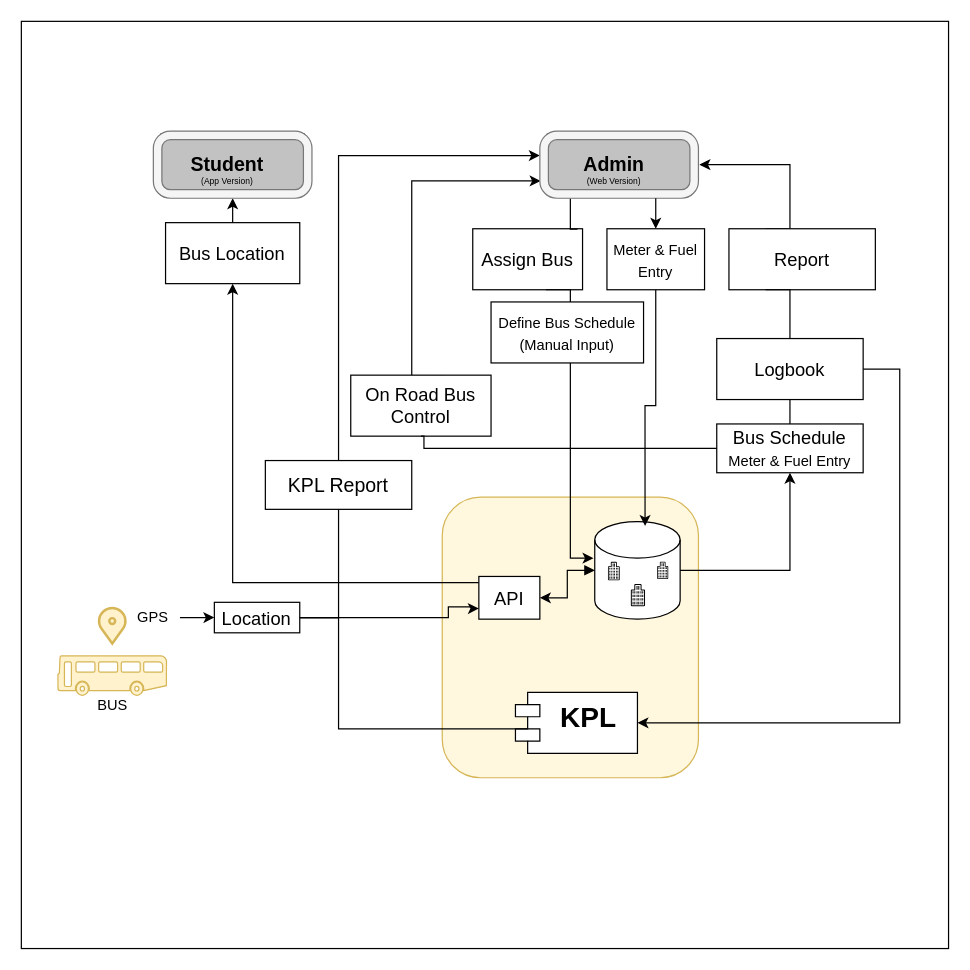
Earlier version of the draw.io diagram final.drawio (shahfoyez/diagrams). Source tidied: cells renumbered, new cells numbered last; positions are measured from the earlier drawing's top-left corner, leaving out a move shared by most shapes. Both pictures are drawn from the tidied source at 122%, with x=0, y=0 at pixel (21, 21).
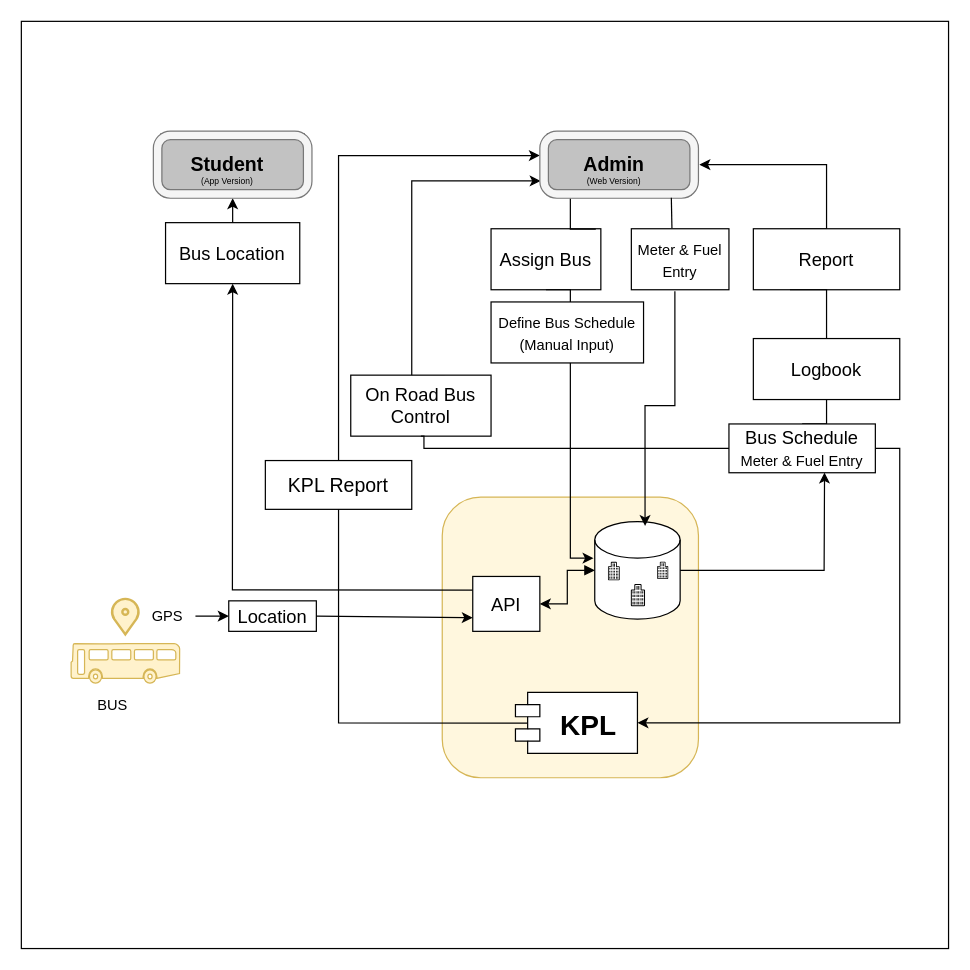
The same page after the edit.

The change refers to these unchanged cells:
```xml
<mxCell id="11" value="Bus Location" style="rounded=0;whiteSpace=wrap;html=1;fontSize=15;" parent="1" vertex="1">
  <mxGeometry x="118.2" y="165" width="110" height="50" as="geometry" />
</mxCell>
<mxCell id="16" style="shape=cylinder3;whiteSpace=wrap;html=1;boundedLbl=1;backgroundOutline=1;size=15;" parent="15" vertex="1">
  <mxGeometry width="70" height="80" as="geometry" />
</mxCell>
<mxCell id="32" style="verticalLabelPosition=bottom;verticalAlign=top;html=1;shape=mxgraph.basic.rounded_frame;dx=7;fillColor=#f5f5f5;fontColor=#333333;strokeColor=#787878;" parent="30" vertex="1">
  <mxGeometry width="130" height="55" as="geometry" />
</mxCell>
<mxCell id="34" value="&lt;font style=&quot;font-size: 7px&quot;&gt;(Web Version)&lt;/font&gt;" style="text;html=1;strokeColor=none;fillColor=none;align=center;verticalAlign=middle;whiteSpace=wrap;rounded=0;fontSize=10;" parent="30" vertex="1">
  <mxGeometry x="22.1" y="25" width="78.2" height="30" as="geometry" />
</mxCell>
<mxCell id="35" value="&lt;font style=&quot;font-size: 16px&quot;&gt;KPL Report&lt;/font&gt;" style="rounded=0;whiteSpace=wrap;html=1;" parent="1" vertex="1">
  <mxGeometry x="200" y="360" width="120" height="40" as="geometry" />
</mxCell>
```

Change to the diagram source:
```diff
@@
     <mxCell id="3" style="edgeStyle=orthogonalEdgeStyle;rounded=0;sketch=0;jettySize=auto;html=1;exitX=0.25;exitY=0;exitDx=0;exitDy=0;fontSize=25;endArrow=classic;endFill=1;entryX=1.006;entryY=0.499;entryDx=0;entryDy=0;entryPerimeter=0;" parent="1" edge="1" source="4" target="32">
       <mxGeometry relative="1" as="geometry">
         <Array as="points">
-          <mxPoint x="630" y="170" />
-          <mxPoint x="630" y="117" />
+          <mxPoint x="660" y="170" />
+          <mxPoint x="660" y="117" />
         </Array>
       </mxGeometry>
     </mxCell>
     <mxCell id="4" value="Report" style="rounded=0;whiteSpace=wrap;html=1;fontSize=15;" parent="1" vertex="1">
-      <mxGeometry x="580" y="170" width="120" height="50" as="geometry" />
+      <mxGeometry x="600" y="170" width="120" height="50" as="geometry" />
     </mxCell>
     <mxCell id="5" style="edgeStyle=orthogonalEdgeStyle;rounded=0;sketch=0;jettySize=auto;html=1;exitX=0.25;exitY=0;exitDx=0;exitDy=0;entryX=0.25;entryY=1;entryDx=0;entryDy=0;fontSize=25;endArrow=none;endFill=0;" parent="1" edge="1" source="7" target="4">
       <mxGeometry relative="1" as="geometry">
         <Array as="points">
-          <mxPoint x="630" y="260" />
-          <mxPoint x="630" y="220" />
+          <mxPoint x="660" y="260" />
+          <mxPoint x="660" y="220" />
         </Array>
       </mxGeometry>
     </mxCell>
@@
     <mxCell id="7" value="Logbook" style="rounded=0;whiteSpace=wrap;html=1;fontSize=15;" parent="1" vertex="1">
-      <mxGeometry x="570" y="260" width="120" height="50" as="geometry" />
+      <mxGeometry x="600" y="260" width="120" height="50" as="geometry" />
     </mxCell>
     <mxCell id="8" value="Assign Bus" style="rounded=0;whiteSpace=wrap;html=1;fontSize=15;" parent="1" vertex="1">
-      <mxGeometry x="370" y="170" width="90" height="50" as="geometry" />
+      <mxGeometry x="385" y="170" width="90" height="50" as="geometry" />
     </mxCell>
     <mxCell id="9" value="Bus Schedule&lt;br&gt;&lt;font style=&quot;font-size: 12px;&quot;&gt;Meter &amp;amp; Fuel Entry&lt;/font&gt;" style="rounded=0;whiteSpace=wrap;html=1;fontSize=15;" parent="1" vertex="1">
-      <mxGeometry x="570" y="330" width="120" height="40" as="geometry" />
+      <mxGeometry x="580" y="330" width="120" height="40" as="geometry" />
     </mxCell>
@@
-    <mxCell id="21" style="edgeStyle=orthogonalEdgeStyle;rounded=0;jettySize=auto;html=1;fontSize=13;entryX=0.5;entryY=1;entryDx=0;entryDy=0;" parent="1" edge="1" source="16" target="9">
-      <mxGeometry relative="1" as="geometry">
-        <Array as="points">
-          <mxPoint x="630" y="450" />
-        </Array>
-      </mxGeometry>
-    </mxCell>
@@
-    <mxCell id="23" value="KPL" style="shape=module;align=left;spacingLeft=20;align=center;verticalAlign=top;rounded=0;sketch=0;fontStyle=1;fontSize=23;" parent="1" vertex="1">
+    <mxCell id="23" value="KPL" style="shape=module;align=left;spacingLeft=20;align=center;verticalAlign=middle;rounded=0;sketch=0;fontStyle=1;fontSize=23;" parent="1" vertex="1">
       <mxGeometry x="405" y="550" width="100" height="50" as="geometry" />
     </mxCell>
-    <mxCell id="24" style="edgeStyle=orthogonalEdgeStyle;rounded=0;jettySize=auto;html=1;entryX=1;entryY=0.5;entryDx=0;entryDy=0;exitX=1;exitY=0.5;exitDx=0;exitDy=0;" parent="1" edge="1" source="7">
-      <mxGeometry relative="1" as="geometry">
-        <mxPoint x="505" y="575" as="targetPoint" />
-        <Array as="points">
-          <mxPoint x="720" y="285" />
-          <mxPoint x="720" y="575" />
-        </Array>
-      </mxGeometry>
-    </mxCell>
-    <mxCell id="25" style="group;" parent="1" vertex="1">
+    <mxCell id="25" style="group;verticalAlign=middle;align=center;horizontal=0;" parent="1" vertex="1">
       <mxGeometry x="108.2" y="90" width="130" height="55" as="geometry" />
     </mxCell>
@@
     <mxCell id="29" value="&lt;font style=&quot;font-size: 7px&quot;&gt;(App Version)&lt;/font&gt;" style="text;html=1;strokeColor=none;fillColor=none;align=center;verticalAlign=middle;whiteSpace=wrap;rounded=0;fontSize=10;" parent="25" vertex="1">
-      <mxGeometry x="21.8" y="25" width="78.2" height="30" as="geometry" />
+      <mxGeometry x="22.1" y="25" width="78.2" height="30" as="geometry" />
     </mxCell>
@@
-    <mxCell id="36" style="edgeStyle=orthogonalEdgeStyle;rounded=0;jettySize=auto;html=1;fontSize=18;exitX=0;exitY=0.5;exitDx=0;exitDy=0;endArrow=none;startArrow=none;" parent="1" edge="1" source="49" target="35">
-      <mxGeometry relative="1" as="geometry">
-        <Array as="points">
-          <mxPoint x="260" y="489" />
-        </Array>
-      </mxGeometry>
-    </mxCell>
@@
-    <mxCell id="39" style="edgeStyle=orthogonalEdgeStyle;rounded=0;jettySize=auto;html=1;entryX=0.5;entryY=1;entryDx=0;entryDy=0;" parent="1" edge="1" source="40" target="11">
-      <mxGeometry relative="1" as="geometry">
-        <Array as="points">
-          <mxPoint x="173" y="460" />
-        </Array>
-      </mxGeometry>
-    </mxCell>
     <mxCell id="40" value="API" style="rounded=0;whiteSpace=wrap;html=1;fontSize=15;" parent="1" vertex="1">
-      <mxGeometry x="375" y="455" width="50" height="35" as="geometry" />
+      <mxGeometry x="370" y="455" width="55" height="45" as="geometry" />
     </mxCell>
-    <mxCell id="41" style="edgeStyle=orthogonalEdgeStyle;rounded=0;jettySize=auto;html=1;entryX=0;entryY=0.75;entryDx=0;entryDy=0;" parent="1" edge="1" source="49" target="40">
-      <mxGeometry relative="1" as="geometry">
-        <Array as="points">
-          <mxPoint x="350" y="489" />
-          <mxPoint x="350" y="480" />
-          <mxPoint x="370" y="480" />
-          <mxPoint x="370" y="481" />
-        </Array>
-      </mxGeometry>
-    </mxCell>
@@
     <mxCell id="43" style="shape=mxgraph.signs.transportation.bus_3;html=1;fillColor=#fff2cc;strokeColor=#d6b656;verticalLabelPosition=bottom;verticalAlign=top;align=center;" parent="1" vertex="1">
-      <mxGeometry x="30" y="520" width="89" height="32.5" as="geometry" />
+      <mxGeometry x="40.8" y="510" width="89" height="32.5" as="geometry" />
     </mxCell>
@@
     <mxCell id="46" style="html=1;verticalLabelPosition=bottom;align=center;labelBackgroundColor=#ffffff;verticalAlign=top;strokeWidth=2;strokeColor=#d6b656;shadow=0;dashed=0;shape=mxgraph.ios7.icons.location;fontSize=10;fillColor=#fff2cc;" parent="1" vertex="1">
-      <mxGeometry x="62.5" y="480" width="24" height="30" as="geometry" />
+      <mxGeometry x="73.2" y="472.5" width="24" height="30" as="geometry" />
     </mxCell>
-    <mxCell id="47" style="edgeStyle=orthogonalEdgeStyle;rounded=0;jettySize=auto;html=1;fontSize=10;" parent="1" edge="1" source="48" target="49">
-      <mxGeometry relative="1" as="geometry" />
-    </mxCell>
     <mxCell id="48" value="GPS" style="text;html=1;strokeColor=none;fillColor=none;align=center;verticalAlign=middle;whiteSpace=wrap;rounded=0;" parent="1" vertex="1">
-      <mxGeometry x="84.5" y="480" width="45.5" height="17.5" as="geometry" />
+      <mxGeometry x="97.2" y="478.8" width="45.5" height="17.5" as="geometry" />
     </mxCell>
     <mxCell id="49" value="Location" style="rounded=0;whiteSpace=wrap;html=1;fontSize=15;" parent="1" vertex="1">
-      <mxGeometry x="158.2" y="476.2" width="70" height="25" as="geometry" />
+      <mxGeometry x="170" y="475" width="71.8" height="25" as="geometry" />
     </mxCell>
-    <mxCell id="50" style="edgeStyle=orthogonalEdgeStyle;rounded=0;jettySize=auto;html=1;fontSize=18;exitX=0;exitY=0.5;exitDx=0;exitDy=0;endArrow=none;" parent="1" edge="1" target="49">
-      <mxGeometry relative="1" as="geometry">
-        <mxPoint x="415" y="580" as="sourcePoint" />
-        <Array as="points">
-          <mxPoint x="260" y="580" />
-        </Array>
-      </mxGeometry>
-    </mxCell>
-    <mxCell id="51" style="edgeStyle=orthogonalEdgeStyle;rounded=0;jettySize=auto;html=1;entryX=0.589;entryY=0.045;entryDx=0;entryDy=0;entryPerimeter=0;fontSize=12;startArrow=none;startFill=0;" parent="1" edge="1" source="52" target="16">
+    <mxCell id="51" style="edgeStyle=orthogonalEdgeStyle;rounded=0;jettySize=auto;html=1;entryX=0.589;entryY=0.045;entryDx=0;entryDy=0;entryPerimeter=0;fontSize=12;startArrow=none;startFill=0;exitX=0.446;exitY=1.024;exitDx=0;exitDy=0;exitPerimeter=0;" parent="1" edge="1" source="52" target="16">
       <mxGeometry relative="1" as="geometry" />
     </mxCell>
     <mxCell id="52" value="&lt;font style=&quot;font-size: 12px;&quot;&gt;Meter &amp;amp; Fuel Entry&lt;/font&gt;" style="rounded=0;whiteSpace=wrap;html=1;fontSize=15;" parent="1" vertex="1">
-      <mxGeometry x="480" y="170" width="80" height="50" as="geometry" />
+      <mxGeometry x="500" y="170" width="80" height="50" as="geometry" />
     </mxCell>
-    <mxCell id="53" style="edgeStyle=orthogonalEdgeStyle;rounded=0;jettySize=auto;html=1;fontSize=12;startArrow=none;startFill=0;" parent="1" edge="1" source="34" target="52">
-      <mxGeometry relative="1" as="geometry">
-        <Array as="points">
-          <mxPoint x="520" y="150" />
-          <mxPoint x="520" y="150" />
-        </Array>
-      </mxGeometry>
-    </mxCell>
+    <mxCell id="54" style="endArrow=none;html=1;rounded=0;entryX=0.5;entryY=1;entryDx=0;entryDy=0;exitX=0.098;exitY=0.505;exitDx=0;exitDy=0;exitPerimeter=0;" parent="1" edge="1" source="23" target="35">
+      <mxGeometry relative="1" as="geometry">
+        <Array as="points">
+          <mxPoint x="260" y="575" />
+        </Array>
+      </mxGeometry>
+    </mxCell>
+    <mxCell id="47" style="endArrow=classic;html=1;rounded=0;entryX=0;entryY=0.5;entryDx=0;entryDy=0;" parent="1" edge="1" source="48" target="49">
+      <mxGeometry relative="1" as="geometry" />
+    </mxCell>
+    <mxCell id="41" style="endArrow=classic;html=1;rounded=0;exitX=1;exitY=0.5;exitDx=0;exitDy=0;entryX=0;entryY=0.75;entryDx=0;entryDy=0;" parent="1" edge="1" source="49" target="40">
+      <mxGeometry relative="1" as="geometry" />
+    </mxCell>
+    <mxCell id="39" style="endArrow=classic;html=1;rounded=0;exitX=0;exitY=0.25;exitDx=0;exitDy=0;entryX=0.5;entryY=1;entryDx=0;entryDy=0;" parent="1" edge="1" source="40" target="11">
+      <mxGeometry relative="1" as="geometry">
+        <Array as="points">
+          <mxPoint x="173" y="466" />
+        </Array>
+      </mxGeometry>
+    </mxCell>
+    <mxCell id="55" style="endArrow=classic;html=1;rounded=0;exitX=1;exitY=0.5;exitDx=0;exitDy=0;entryX=1;entryY=0.5;entryDx=0;entryDy=0;" parent="1" edge="1" source="9" target="23">
+      <mxGeometry relative="1" as="geometry">
+        <Array as="points">
+          <mxPoint x="720" y="350" />
+          <mxPoint x="720" y="575" />
+        </Array>
+      </mxGeometry>
+    </mxCell>
+    <mxCell id="56" style="endArrow=none;html=1;rounded=0;entryX=0.829;entryY=0.994;entryDx=0;entryDy=0;entryPerimeter=0;exitX=0.416;exitY=-0.009;exitDx=0;exitDy=0;exitPerimeter=0;" parent="1" edge="1" source="52" target="32">
+      <mxGeometry relative="1" as="geometry" />
+    </mxCell>
+    <mxCell id="21" style="endArrow=classic;html=1;rounded=0;exitX=1;exitY=0.5;exitDx=0;exitDy=0;exitPerimeter=0;entryX=0.653;entryY=0.996;entryDx=0;entryDy=0;entryPerimeter=0;" parent="1" edge="1" source="16" target="9">
+      <mxGeometry relative="1" as="geometry">
+        <Array as="points">
+          <mxPoint x="658" y="450" />
+        </Array>
+      </mxGeometry>
+    </mxCell>
```
